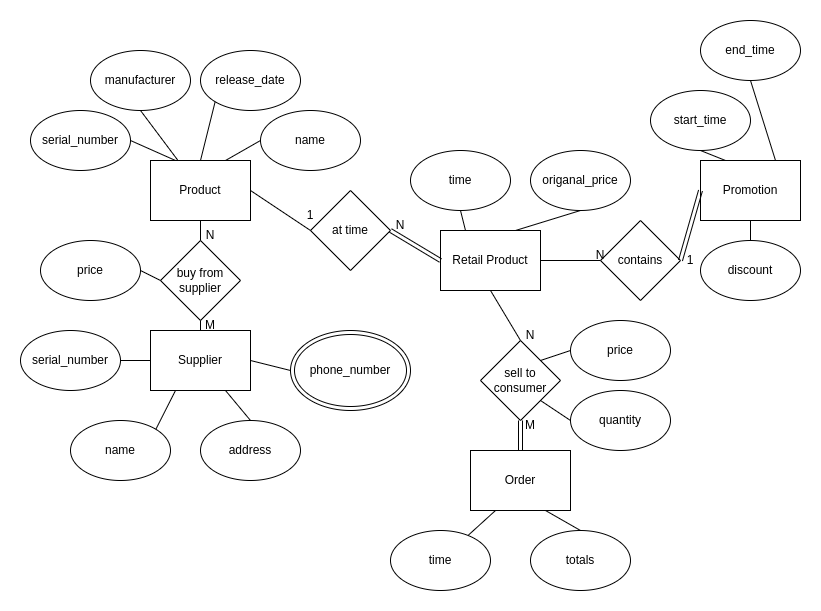
Earlier version of the draw.io export hw2/3-a.drawio.png (namwoam/db). Source tidied: cells renumbered, new cells last; positions are measured from the earlier drawing's top-left corner, leaving out a move shared by most shapes.
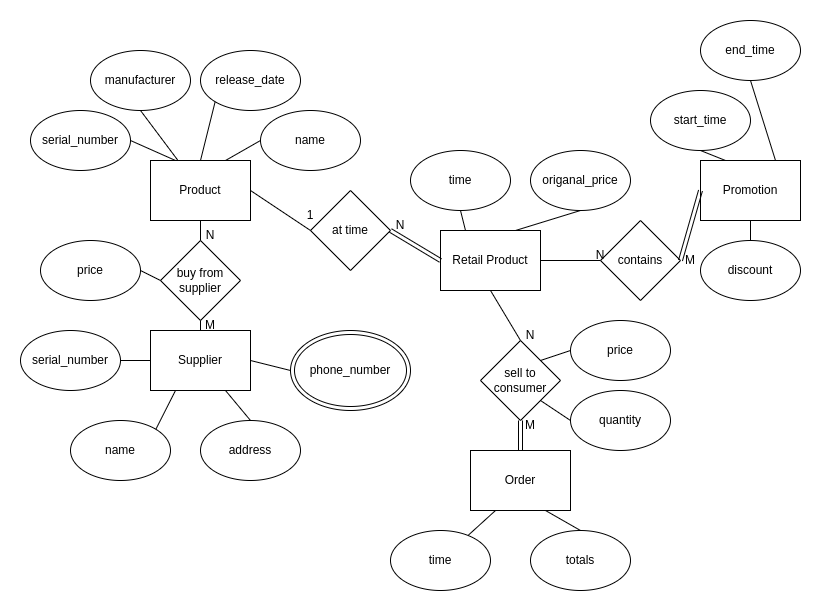
Above is the later version.

The edit, as a diff of the source:
```diff
@@ -137,7 +137,7 @@
     <mxCell id="46" style="shape=link;html=1;rounded=0;entryX=0;entryY=0.5;entryDx=0;entryDy=0;exitX=1;exitY=0.5;exitDx=0;exitDy=0;" parent="1" edge="1" source="42" target="45">
       <mxGeometry relative="1" as="geometry" />
     </mxCell>
-    <mxCell id="47" value="1" style="text;html=1;strokeColor=none;fillColor=none;align=center;verticalAlign=middle;whiteSpace=wrap;rounded=0;" parent="1" vertex="1">
+    <mxCell id="47" value="M" style="text;html=1;strokeColor=none;fillColor=none;align=center;verticalAlign=middle;whiteSpace=wrap;rounded=0;" parent="1" vertex="1">
       <mxGeometry x="640" y="225" width="60" height="30" as="geometry" />
     </mxCell>
     <mxCell id="48" value="discount" style="ellipse;whiteSpace=wrap;html=1;" parent="1" vertex="1">
```
